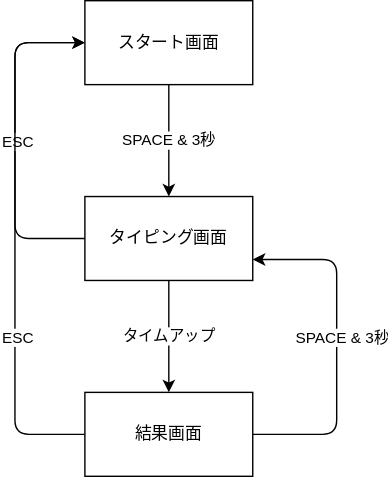
octop162/typing-game keeps this draw.io diagram as docs/images/transition.drawio.svg. Above is the earlier version. Source tidied: cells renumbered, new cells last; positions are measured from the earlier drawing's top-left corner, leaving out a move shared by most shapes.
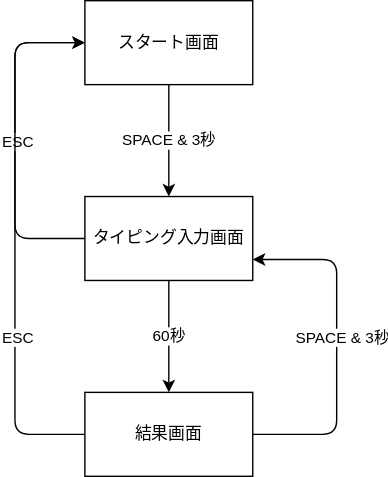
Above is the later version.

What changed in the source:
```diff
@@ -21,10 +21,10 @@
         <mxPoint y="-20" as="offset" />
       </mxGeometry>
     </mxCell>
-    <mxCell id="6" value="タイムアップ" style="edgeStyle=orthogonalEdgeStyle;html=1;entryX=0.5;entryY=0;entryDx=0;entryDy=0;" parent="1" edge="1" source="7" target="12">
+    <mxCell id="6" value="60秒" style="edgeStyle=orthogonalEdgeStyle;html=1;entryX=0.5;entryY=0;entryDx=0;entryDy=0;" parent="1" edge="1" source="7" target="12">
       <mxGeometry relative="1" as="geometry" />
     </mxCell>
-    <mxCell id="7" value="タイピング画面" style="rounded=0;whiteSpace=wrap;html=1;" parent="1" vertex="1">
+    <mxCell id="7" value="タイピング入力画面" style="rounded=0;whiteSpace=wrap;html=1;" parent="1" vertex="1">
       <mxGeometry x="50" y="140" width="120" height="60" as="geometry" />
     </mxCell>
     <mxCell id="8" style="edgeStyle=orthogonalEdgeStyle;html=1;" parent="1" edge="1" source="12" target="3">
```
